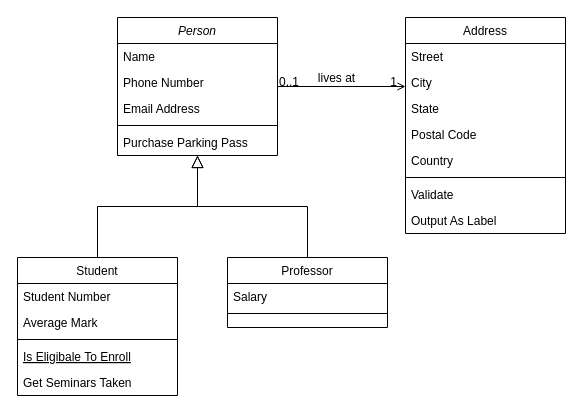
Above: 未命名绘图.drawio in wdnb/UML (draw.io), before the change. Source tidied: cells renumbered, new cells numbered last; positions are measured from the earlier drawing's top-left corner, leaving out a move shared by most shapes. Both pictures are drawn from the tidied source at 100%, with x=0, y=0 at pixel (17, 17).
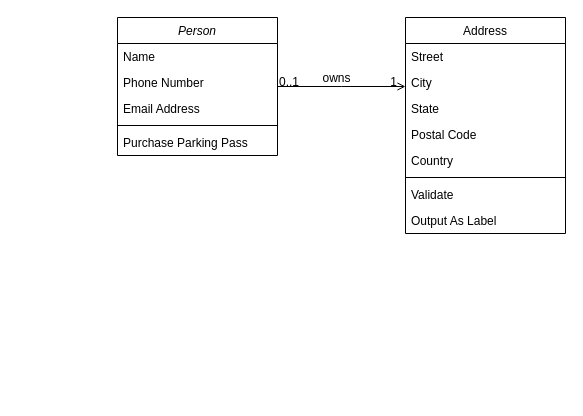
The same page after the edit.

Commit message:
更新未命名绘图.drawio

Unchanged cells that the change refers to:
```xml
<mxCell id="2" value="Person" style="swimlane;fontStyle=2;align=center;verticalAlign=top;horizontal=1;startSize=26;rounded=0;shadow=0;strokeWidth=1;" parent="1" vertex="1">
  <mxGeometry x="100" width="160" height="138" as="geometry" />
</mxCell>
<mxCell id="28" style="endArrow=open;shadow=0;strokeWidth=1;rounded=0;endFill=1;edgeStyle=elbowEdgeStyle;elbow=vertical;" parent="1" edge="1" source="2" target="19">
  <mxGeometry x="0.5" y="41" relative="1" as="geometry">
    <mxPoint x="-40" y="32" as="offset" />
  </mxGeometry>
</mxCell>
```

Change to the diagram source:
```diff
@@
-    <mxCell id="8" value="Student" style="swimlane;fontStyle=0;align=center;verticalAlign=top;horizontal=1;startSize=26;rounded=0;shadow=0;strokeWidth=1;" parent="1" vertex="1">
-      <mxGeometry y="240" width="160" height="138" as="geometry" />
-    </mxCell>
-    <mxCell id="9" value="Student Number" style="text;align=left;verticalAlign=top;spacingLeft=4;spacingRight=4;overflow=hidden;" parent="8" vertex="1">
-      <mxGeometry y="26" width="160" height="26" as="geometry" />
-    </mxCell>
-    <mxCell id="10" value="Average Mark" style="text;align=left;verticalAlign=top;spacingLeft=4;spacingRight=4;overflow=hidden;rounded=0;shadow=0;html=0;" parent="8" vertex="1">
-      <mxGeometry y="52" width="160" height="26" as="geometry" />
-    </mxCell>
-    <mxCell id="11" style="line;html=1;strokeWidth=1;align=left;verticalAlign=middle;spacingTop=-1;spacingLeft=3;spacingRight=3;labelPosition=right;" parent="8" vertex="1">
-      <mxGeometry y="78" width="160" height="8" as="geometry" />
-    </mxCell>
-    <mxCell id="12" value="Is Eligibale To Enroll" style="text;align=left;verticalAlign=top;spacingLeft=4;spacingRight=4;overflow=hidden;fontStyle=4;" parent="8" vertex="1">
-      <mxGeometry y="86" width="160" height="26" as="geometry" />
-    </mxCell>
-    <mxCell id="13" value="Get Seminars Taken" style="text;align=left;verticalAlign=top;spacingLeft=4;spacingRight=4;overflow=hidden;" parent="8" vertex="1">
-      <mxGeometry y="112" width="160" height="26" as="geometry" />
-    </mxCell>
-    <mxCell id="14" style="endArrow=block;endSize=10;endFill=0;shadow=0;strokeWidth=1;rounded=0;edgeStyle=elbowEdgeStyle;elbow=vertical;" parent="1" edge="1" source="8" target="2">
-      <mxGeometry relative="1" as="geometry" />
-    </mxCell>
-    <mxCell id="15" value="Professor" style="swimlane;fontStyle=0;align=center;verticalAlign=top;horizontal=1;startSize=26;rounded=0;shadow=0;strokeWidth=1;" parent="1" vertex="1">
-      <mxGeometry x="210" y="240" width="160" height="70" as="geometry" />
-    </mxCell>
-    <mxCell id="16" value="Salary" style="text;align=left;verticalAlign=top;spacingLeft=4;spacingRight=4;overflow=hidden;" parent="15" vertex="1">
-      <mxGeometry y="26" width="160" height="26" as="geometry" />
-    </mxCell>
-    <mxCell id="17" style="line;html=1;strokeWidth=1;align=left;verticalAlign=middle;spacingTop=-1;spacingLeft=3;spacingRight=3;labelPosition=right;" parent="15" vertex="1">
-      <mxGeometry y="52" width="160" height="8" as="geometry" />
-    </mxCell>
-    <mxCell id="18" style="endArrow=block;endSize=10;endFill=0;shadow=0;strokeWidth=1;rounded=0;edgeStyle=elbowEdgeStyle;elbow=vertical;" parent="1" edge="1" source="15" target="2">
-      <mxGeometry relative="1" as="geometry" />
-    </mxCell>
@@
-    <mxCell id="31" value="lives at" style="text;html=1;align=center;verticalAlign=middle;labelBackgroundColor=none;rounded=0;shadow=0;strokeWidth=1;fontSize=12;" parent="28" vertex="1">
+    <mxCell id="31" value="owns" style="text;html=1;align=center;verticalAlign=middle;labelBackgroundColor=none;rounded=0;shadow=0;strokeWidth=1;fontSize=12;" parent="28" vertex="1">
       <mxGeometry x="0.5" y="49" relative="1" as="geometry">
         <mxPoint x="-38" y="40" as="offset" />
       </mxGeometry>
     </mxCell>
```
